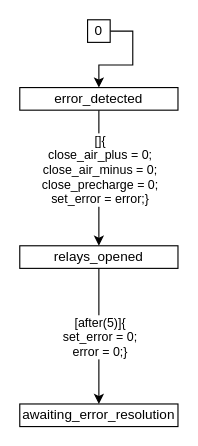
Earlier version of the draw.io diagram page "error" (7 of 7) of xver/xsm/XML/graph.drawio (osceri/AMS-CC). Source tidied: cells renumbered, new cells numbered last; positions are measured from the earlier drawing's top-left corner, leaving out a move shared by most shapes. Both pictures are drawn from the tidied source at 113%, with x=0, y=0 at pixel (19, 19).
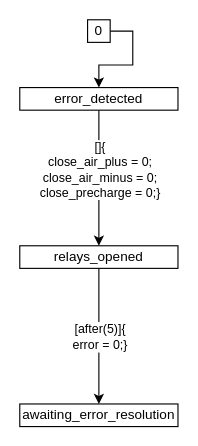
The same page after the edit.

The edit, as a diff of the source:
```diff
@@
 <mxGraphModel>
   <root>
     <mxCell id="0" />
     <mxCell id="1" parent="0" />
     <mxCell id="2" style="edgeStyle=orthogonalEdgeStyle;rounded=0;jettySize=auto;html=1;exitX=1;exitY=0.5;exitDx=0;exitDy=0;entryX=0.5;entryY=0;entryDx=0;entryDy=0;" parent="1" edge="1" source="3" target="6">
       <mxGeometry relative="1" as="geometry" />
     </mxCell>
     <mxCell id="3" value="0" style="rounded=0;whiteSpace=wrap;html=1;" parent="1" vertex="1">
       <mxGeometry x="60" width="20" height="20" as="geometry" />
     </mxCell>
     <mxCell id="4" style="edgeStyle=orthogonalEdgeStyle;rounded=0;jettySize=auto;html=1;exitX=0.5;exitY=1;exitDx=0;exitDy=0;entryX=0.5;entryY=0;entryDx=0;entryDy=0;" parent="1" edge="1" source="6" target="9">
       <mxGeometry relative="1" as="geometry" />
     </mxCell>
-    <mxCell id="5" value="&lt;div&gt;[]{&lt;/div&gt;&lt;div&gt;close_air_plus = 0;&lt;/div&gt;&lt;div&gt;close_air_minus = 0;&lt;/div&gt;&lt;div&gt;close_precharge = 0;&lt;/div&gt;&lt;div&gt;set_error = error;}&lt;/div&gt;" style="edgeLabel;html=1;align=center;verticalAlign=middle;" parent="4" vertex="1">
+    <mxCell id="5" value="&lt;div&gt;[]{&lt;/div&gt;&lt;div&gt;close_air_plus = 0;&lt;/div&gt;&lt;div&gt;close_air_minus = 0;&lt;/div&gt;&lt;div&gt;close_precharge = 0;}&lt;/div&gt;" style="edgeLabel;html=1;align=center;verticalAlign=middle;" parent="4" vertex="1">
       <mxGeometry x="-0.24" relative="1" as="geometry">
         <mxPoint y="6" as="offset" />
       </mxGeometry>
     </mxCell>
     <mxCell id="6" value="error_detected" style="rounded=0;whiteSpace=wrap;html=1;" parent="1" vertex="1">
       <mxGeometry y="60" width="140" height="20" as="geometry" />
     </mxCell>
     <mxCell id="7" style="edgeStyle=orthogonalEdgeStyle;rounded=0;jettySize=auto;html=1;exitX=0.5;exitY=1;exitDx=0;exitDy=0;entryX=0.5;entryY=0;entryDx=0;entryDy=0;" parent="1" edge="1" source="9" target="10">
       <mxGeometry relative="1" as="geometry" />
     </mxCell>
-    <mxCell id="8" value="&lt;div&gt;[after(5)]{&lt;/div&gt;&lt;div&gt;set_error = 0;&lt;/div&gt;&lt;div&gt;error = 0;}&lt;/div&gt;" style="edgeLabel;html=1;align=center;verticalAlign=middle;" parent="7" vertex="1">
+    <mxCell id="8" value="&lt;div&gt;[after(5)]{&lt;/div&gt;&lt;div&gt;error = 0;}&lt;/div&gt;" style="edgeLabel;html=1;align=center;verticalAlign=middle;" parent="7" vertex="1">
       <mxGeometry x="-0.2" relative="1" as="geometry">
         <mxPoint y="12" as="offset" />
       </mxGeometry>
     </mxCell>
     <mxCell id="9" value="relays_opened" style="rounded=0;whiteSpace=wrap;html=1;" parent="1" vertex="1">
       <mxGeometry y="200" width="140" height="20" as="geometry" />
     </mxCell>
     <mxCell id="10" value="awaiting_error_resolution" style="rounded=0;whiteSpace=wrap;html=1;" parent="1" vertex="1">
       <mxGeometry y="340" width="140" height="20" as="geometry" />
     </mxCell>
   </root>
 </mxGraphModel>
```
